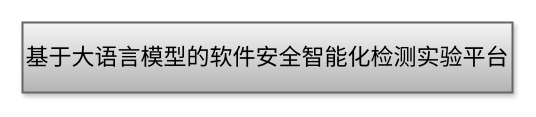
This is 外部信息图-系统.drawio from LovenSar/-, a draw.io file, before an edit. Source tidied: cells renumbered, new cells numbered last; positions are measured from the earlier drawing's top-left corner, leaving out a move shared by most shapes. Both pictures are drawn from the tidied source at 100%, with x=0, y=0 at pixel (22, 22).
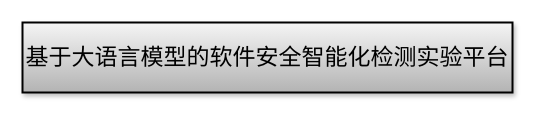
After the change.

Commit message (it also covers changes not shown here):
更新外部信息图-系统.drawio

The edit, as a diff of the source:
```diff
@@
 <mxGraphModel>
   <root>
     <mxCell id="0" />
     <mxCell id="1" parent="0" />
-    <mxCell id="2" value="基于大语言模型的软件安全智能化检测实验平台" style="rounded=0;whiteSpace=wrap;html=1;fillColor=#f5f5f5;strokeWidth=2;fontFamily=宋体;fontSize=23;fillStyle=dots;gradientColor=#b3b3b3;strokeColor=#666666;shadow=1;" parent="1" vertex="1">
+    <mxCell id="2" value="基于大语言模型的软件安全智能化检测实验平台" style="rounded=0;whiteSpace=wrap;html=1;fillColor=#f5f5f5;strokeWidth=2;fontFamily=宋体;fontSize=23;fillStyle=dots;gradientColor=#b3b3b3;strokeColor=#000000;shadow=1;" parent="1" vertex="1">
       <mxGeometry width="490" height="70" as="geometry" />
     </mxCell>
   </root>
 </mxGraphModel>
```
